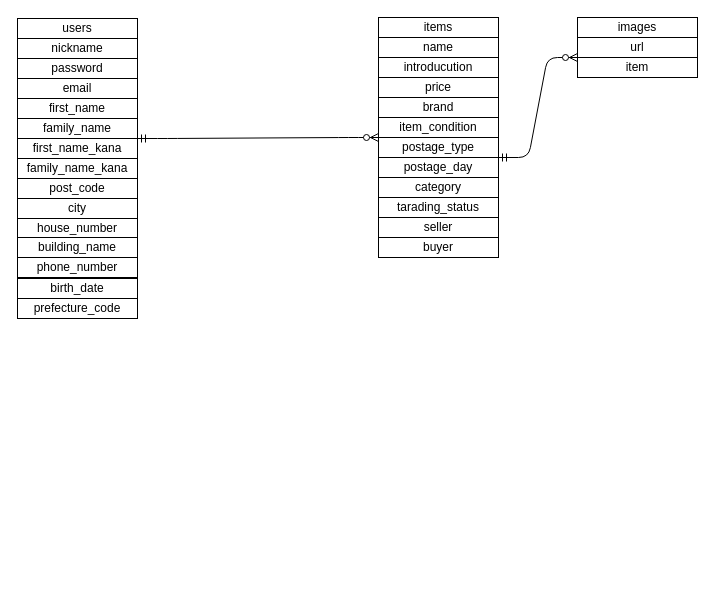
The draw.io diagram er.dio in hlomochi1023/furima-36769, before the edit. Source tidied: cells renumbered, new cells numbered last; positions are measured from the earlier drawing's top-left corner, leaving out a move shared by most shapes. Both pictures are drawn from the tidied source at 100%, with x=0, y=0 at pixel (17, 17).
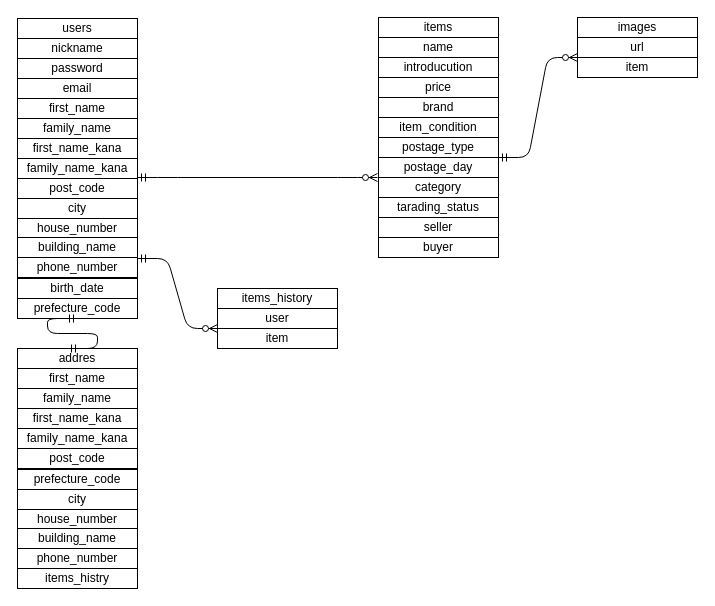
After the change.

The change refers to these unchanged cells:
```xml
<mxCell id="4" value="prefecture_code" style="whiteSpace=wrap;html=1;align=center;" parent="1" vertex="1">
  <mxGeometry y="281" width="120" height="20" as="geometry" />
</mxCell>
<mxCell id="10" value="family_name" style="whiteSpace=wrap;html=1;align=center;" parent="1" vertex="1">
  <mxGeometry y="101" width="120" height="20" as="geometry" />
</mxCell>
<mxCell id="25" value="item_condition" style="whiteSpace=wrap;html=1;align=center;" parent="1" vertex="1">
  <mxGeometry x="361" y="100" width="120" height="20" as="geometry" />
</mxCell>
```

The edit, as a diff of the source:
```diff
@@
-    <mxCell id="34" style="edgeStyle=entityRelationEdgeStyle;fontSize=12;html=1;endArrow=ERzeroToMany;startArrow=ERmandOne;exitX=1;exitY=1;exitDx=0;exitDy=0;entryX=0;entryY=1;entryDx=0;entryDy=0;" parent="1" edge="1" source="10" target="25">
-      <mxGeometry relative="1" as="geometry" />
-    </mxCell>
+    <mxCell id="35" style="edgeStyle=orthogonalEdgeStyle;rounded=0;orthogonalLoop=1;jettySize=auto;html=1;exitX=0.5;exitY=1;exitDx=0;exitDy=0;" parent="1" edge="1">
+      <mxGeometry relative="1" as="geometry">
+        <mxPoint x="28" y="351" as="sourcePoint" />
+        <mxPoint x="28" y="351" as="targetPoint" />
+      </mxGeometry>
+    </mxCell>
+    <mxCell id="36" value="addres" style="whiteSpace=wrap;html=1;align=center;" parent="1" vertex="1">
+      <mxGeometry y="331" width="120" height="20" as="geometry" />
+    </mxCell>
+    <mxCell id="37" value="first_name" style="whiteSpace=wrap;html=1;align=center;" parent="1" vertex="1">
+      <mxGeometry y="351" width="120" height="20" as="geometry" />
+    </mxCell>
+    <mxCell id="38" value="family_name" style="whiteSpace=wrap;html=1;align=center;" parent="1" vertex="1">
+      <mxGeometry y="371" width="120" height="20" as="geometry" />
+    </mxCell>
+    <mxCell id="39" value="first_name_kana" style="whiteSpace=wrap;html=1;align=center;" parent="1" vertex="1">
+      <mxGeometry y="391" width="120" height="20" as="geometry" />
+    </mxCell>
+    <mxCell id="40" value="family_name_kana" style="whiteSpace=wrap;html=1;align=center;" parent="1" vertex="1">
+      <mxGeometry y="411" width="120" height="20" as="geometry" />
+    </mxCell>
+    <mxCell id="41" value="post_code" style="whiteSpace=wrap;html=1;align=center;" parent="1" vertex="1">
+      <mxGeometry y="431" width="120" height="20" as="geometry" />
+    </mxCell>
+    <mxCell id="42" value="city" style="whiteSpace=wrap;html=1;align=center;" parent="1" vertex="1">
+      <mxGeometry y="472" width="120" height="20" as="geometry" />
+    </mxCell>
+    <mxCell id="43" value="house_number" style="whiteSpace=wrap;html=1;align=center;" parent="1" vertex="1">
+      <mxGeometry y="492" width="120" height="20" as="geometry" />
+    </mxCell>
+    <mxCell id="44" value="building_name" style="whiteSpace=wrap;html=1;align=center;" parent="1" vertex="1">
+      <mxGeometry y="511" width="120" height="20" as="geometry" />
+    </mxCell>
+    <mxCell id="45" value="phone_number" style="whiteSpace=wrap;html=1;align=center;" parent="1" vertex="1">
+      <mxGeometry y="531" width="120" height="20" as="geometry" />
+    </mxCell>
+    <mxCell id="46" value="items_histry" style="whiteSpace=wrap;html=1;align=center;" parent="1" vertex="1">
+      <mxGeometry y="551" width="120" height="20" as="geometry" />
+    </mxCell>
+    <mxCell id="47" value="prefecture_code" style="whiteSpace=wrap;html=1;align=center;" parent="1" vertex="1">
+      <mxGeometry y="452" width="120" height="20" as="geometry" />
+    </mxCell>
+    <mxCell id="48" value="items_history" style="whiteSpace=wrap;html=1;align=center;" parent="1" vertex="1">
+      <mxGeometry x="200" y="271" width="120" height="20" as="geometry" />
+    </mxCell>
+    <mxCell id="49" value="user" style="whiteSpace=wrap;html=1;align=center;" parent="1" vertex="1">
+      <mxGeometry x="200" y="291" width="120" height="20" as="geometry" />
+    </mxCell>
+    <mxCell id="50" value="item" style="whiteSpace=wrap;html=1;align=center;" parent="1" vertex="1">
+      <mxGeometry x="200" y="311" width="120" height="20" as="geometry" />
+    </mxCell>
+    <mxCell id="51" style="edgeStyle=entityRelationEdgeStyle;fontSize=12;html=1;endArrow=ERzeroToMany;startArrow=ERmandOne;" parent="1" edge="1">
+      <mxGeometry relative="1" as="geometry">
+        <mxPoint x="120" y="160" as="sourcePoint" />
+        <mxPoint x="360" y="160" as="targetPoint" />
+      </mxGeometry>
+    </mxCell>
+    <mxCell id="52" style="edgeStyle=entityRelationEdgeStyle;fontSize=12;html=1;endArrow=ERmandOne;startArrow=ERmandOne;entryX=0.5;entryY=1;entryDx=0;entryDy=0;" parent="1" edge="1" target="4">
+      <mxGeometry relative="1" as="geometry">
+        <mxPoint x="50" y="331" as="sourcePoint" />
+      </mxGeometry>
+    </mxCell>
+    <mxCell id="53" style="edgeStyle=entityRelationEdgeStyle;fontSize=12;html=1;endArrow=ERzeroToMany;startArrow=ERmandOne;entryX=0;entryY=1;entryDx=0;entryDy=0;" parent="1" edge="1" target="49">
+      <mxGeometry relative="1" as="geometry">
+        <mxPoint x="120" y="241" as="sourcePoint" />
+      </mxGeometry>
+    </mxCell>
```
